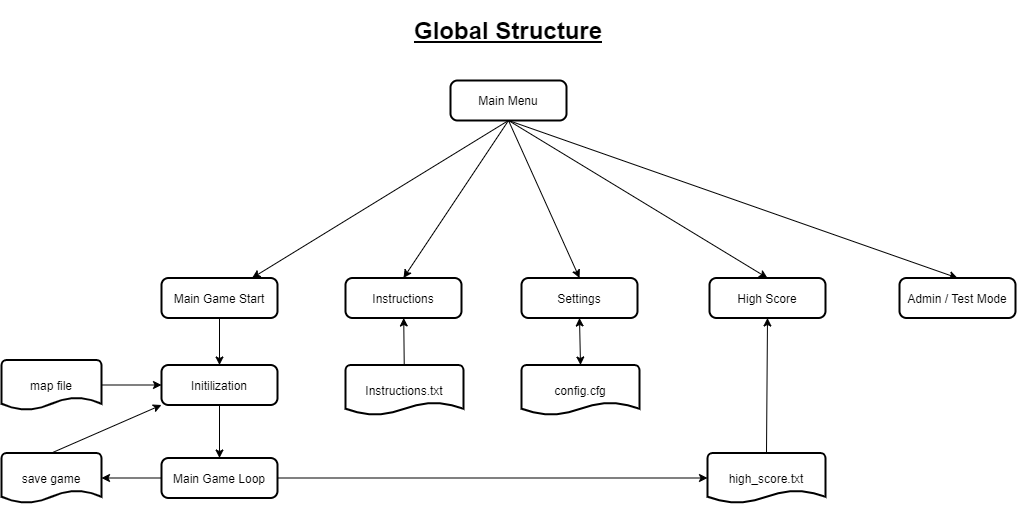
actuarialcat/COMP2113_project keeps this draw.io diagram as charts/Global_Structure.png. Above is the earlier version. Source tidied: cells renumbered, new cells last; positions are measured from the earlier drawing's top-left corner, leaving out a move shared by most shapes.
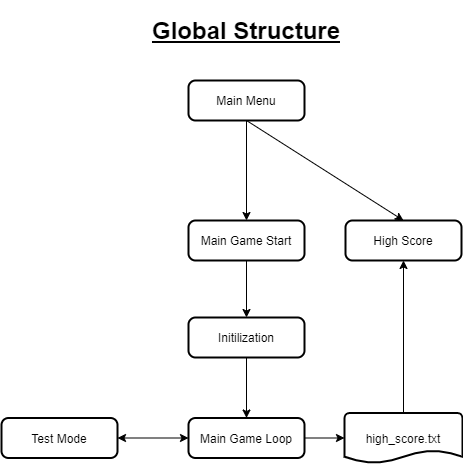
The same diagram one commit later.

What changed in the source:
```diff
@@ -5,86 +5,47 @@
     <mxCell id="2" value="&lt;h1&gt;Global Structure&lt;/h1&gt;" style="text;html=1;strokeColor=none;fillColor=none;align=center;verticalAlign=middle;whiteSpace=wrap;rounded=0;shadow=0;fontStyle=4;" parent="1" vertex="1">
       <mxGeometry x="342" width="330" height="60" as="geometry" />
     </mxCell>
-    <mxCell id="3" style="rounded=0;jettySize=auto;elbow=vertical;html=1;exitX=0.5;exitY=1;exitDx=0;exitDy=0;entryX=0.5;entryY=0;entryDx=0;entryDy=0;" parent="1" edge="1" source="8" target="9">
+    <mxCell id="3" style="edgeStyle=none;rounded=0;jettySize=auto;html=1;exitX=0.5;exitY=1;exitDx=0;exitDy=0;" parent="1" edge="1" source="5" target="7">
       <mxGeometry relative="1" as="geometry" />
     </mxCell>
-    <mxCell id="4" style="edgeStyle=none;rounded=0;jettySize=auto;html=1;exitX=0.5;exitY=1;exitDx=0;exitDy=0;entryX=0.5;entryY=0;entryDx=0;entryDy=0;" parent="1" edge="1" source="8" target="12">
+    <mxCell id="4" style="rounded=0;jettySize=auto;html=1;exitX=0.5;exitY=1;exitDx=0;exitDy=0;entryX=0.5;entryY=0;entryDx=0;entryDy=0;" parent="1" edge="1" source="5" target="14">
       <mxGeometry relative="1" as="geometry" />
     </mxCell>
-    <mxCell id="5" style="edgeStyle=none;rounded=0;jettySize=auto;html=1;exitX=0.5;exitY=1;exitDx=0;exitDy=0;" parent="1" edge="1" source="8" target="16">
-      <mxGeometry relative="1" as="geometry" />
+    <mxCell id="5" value="Main Menu" style="rounded=1;whiteSpace=wrap;html=1;absoluteArcSize=1;arcSize=14;strokeWidth=2;" parent="1" vertex="1">
+      <mxGeometry x="449" y="80" width="116" height="40" as="geometry" />
     </mxCell>
-    <mxCell id="6" style="edgeStyle=none;rounded=0;jettySize=auto;html=1;exitX=0.5;exitY=1;exitDx=0;exitDy=0;entryX=0.5;entryY=0;entryDx=0;entryDy=0;" parent="1" edge="1" source="8" target="24">
+    <mxCell id="6" style="edgeStyle=none;rounded=0;jettySize=auto;html=1;" parent="1" edge="1" source="7" target="9">
       <mxGeometry relative="1" as="geometry" />
     </mxCell>
-    <mxCell id="7" style="rounded=0;jettySize=auto;html=1;exitX=0.5;exitY=1;exitDx=0;exitDy=0;entryX=0.5;entryY=0;entryDx=0;entryDy=0;" parent="1" edge="1" source="8" target="27">
-      <mxGeometry relative="1" as="geometry" />
+    <mxCell id="7" value="Main Game Start" style="rounded=1;whiteSpace=wrap;html=1;absoluteArcSize=1;arcSize=14;strokeWidth=2;" parent="1" vertex="1">
+      <mxGeometry x="449" y="220" width="116" height="40" as="geometry" />
     </mxCell>
-    <mxCell id="8" value="Main Menu" style="rounded=1;whiteSpace=wrap;html=1;absoluteArcSize=1;arcSize=14;strokeWidth=2;" parent="1" vertex="1">
-      <mxGeometry x="449" y="80" width="116" height="40" as="geometry" />
+    <mxCell id="8" style="edgeStyle=none;rounded=0;jettySize=auto;html=1;" parent="1" edge="1" source="9" target="12">
+      <mxGeometry relative="1" as="geometry" />
     </mxCell>
-    <mxCell id="9" value="Instructions" style="rounded=1;whiteSpace=wrap;html=1;absoluteArcSize=1;arcSize=14;strokeWidth=2;" parent="1" vertex="1">
-      <mxGeometry x="344" y="277.5" width="116" height="40" as="geometry" />
+    <mxCell id="9" value="Initilization" style="rounded=1;whiteSpace=wrap;html=1;absoluteArcSize=1;arcSize=14;strokeWidth=2;" parent="1" vertex="1">
+      <mxGeometry x="449" y="317" width="116" height="40" as="geometry" />
     </mxCell>
-    <mxCell id="10" style="edgeStyle=none;rounded=0;jettySize=auto;html=1;" parent="1" edge="1" source="11" target="9">
+    <mxCell id="10" style="edgeStyle=none;rounded=0;jettySize=auto;html=1;entryX=0;entryY=0.5;entryDx=0;entryDy=0;entryPerimeter=0;" parent="1" edge="1" source="12" target="16">
       <mxGeometry relative="1" as="geometry" />
     </mxCell>
-    <mxCell id="11" value="&lt;span style=&quot;white-space: normal&quot;&gt;Instructions.txt&lt;/span&gt;" style="strokeWidth=2;html=1;shape=mxgraph.flowchart.document2;whiteSpace=wrap;size=0.25;" parent="1" vertex="1">
-      <mxGeometry x="344" y="364.5" width="118" height="50" as="geometry" />
+    <mxCell id="11" style="edgeStyle=orthogonalEdgeStyle;rounded=0;jettySize=auto;html=1;startArrow=classic;startFill=1;" parent="1" edge="1" source="12" target="13">
+      <mxGeometry relative="1" as="geometry" />
     </mxCell>
-    <mxCell id="12" value="Settings" style="rounded=1;whiteSpace=wrap;html=1;absoluteArcSize=1;arcSize=14;strokeWidth=2;" parent="1" vertex="1">
-      <mxGeometry x="520" y="277.5" width="116" height="40" as="geometry" />
+    <mxCell id="12" value="Main Game Loop" style="rounded=1;whiteSpace=wrap;html=1;absoluteArcSize=1;arcSize=14;strokeWidth=2;" parent="1" vertex="1">
+      <mxGeometry x="449" y="417.5" width="116" height="40" as="geometry" />
     </mxCell>
-    <mxCell id="13" value="&lt;span style=&quot;white-space: normal&quot;&gt;config.cfg&lt;/span&gt;" style="strokeWidth=2;html=1;shape=mxgraph.flowchart.document2;whiteSpace=wrap;size=0.25;" parent="1" vertex="1">
-      <mxGeometry x="520" y="364.5" width="118" height="50" as="geometry" />
+    <mxCell id="13" value="Test Mode" style="rounded=1;whiteSpace=wrap;html=1;absoluteArcSize=1;arcSize=14;strokeWidth=2;" parent="1" vertex="1">
+      <mxGeometry x="262" y="417.5" width="116" height="40" as="geometry" />
     </mxCell>
-    <mxCell id="14" style="endArrow=classic;startArrow=classic;html=1;exitX=0.5;exitY=0;exitDx=0;exitDy=0;exitPerimeter=0;entryX=0.5;entryY=1;entryDx=0;entryDy=0;" parent="1" edge="1" source="13" target="12">
-      <mxGeometry relative="1" as="geometry" />
+    <mxCell id="14" value="High Score" style="rounded=1;whiteSpace=wrap;html=1;absoluteArcSize=1;arcSize=14;strokeWidth=2;" parent="1" vertex="1">
+      <mxGeometry x="606" y="220" width="116" height="40" as="geometry" />
     </mxCell>
-    <mxCell id="15" style="edgeStyle=none;rounded=0;jettySize=auto;html=1;" parent="1" edge="1" source="16" target="18">
+    <mxCell id="15" style="edgeStyle=none;rounded=0;jettySize=auto;html=1;exitX=0.5;exitY=0;exitDx=0;exitDy=0;exitPerimeter=0;entryX=0.5;entryY=1;entryDx=0;entryDy=0;" parent="1" edge="1" source="16" target="14">
       <mxGeometry relative="1" as="geometry" />
     </mxCell>
-    <mxCell id="16" value="Main Game Start" style="rounded=1;whiteSpace=wrap;html=1;absoluteArcSize=1;arcSize=14;strokeWidth=2;" parent="1" vertex="1">
-      <mxGeometry x="160" y="277.5" width="116" height="40" as="geometry" />
+    <mxCell id="16" value="&lt;span style=&quot;white-space: normal&quot;&gt;high_score.txt&lt;/span&gt;" style="strokeWidth=2;html=1;shape=mxgraph.flowchart.document2;whiteSpace=wrap;size=0.25;" parent="1" vertex="1">
+      <mxGeometry x="605" y="412.5" width="118" height="50" as="geometry" />
     </mxCell>
-    <mxCell id="17" style="edgeStyle=none;rounded=0;jettySize=auto;html=1;" parent="1" edge="1" source="18" target="21">
-      <mxGeometry relative="1" as="geometry" />
-    </mxCell>
-    <mxCell id="18" value="Initilization" style="rounded=1;whiteSpace=wrap;html=1;absoluteArcSize=1;arcSize=14;strokeWidth=2;" parent="1" vertex="1">
-      <mxGeometry x="160" y="364.5" width="116" height="40" as="geometry" />
-    </mxCell>
-    <mxCell id="19" style="edgeStyle=none;rounded=0;jettySize=auto;html=1;" parent="1" edge="1" source="21" target="26">
-      <mxGeometry relative="1" as="geometry" />
-    </mxCell>
-    <mxCell id="20" style="edgeStyle=none;rounded=0;jettySize=auto;html=1;entryX=0;entryY=0.5;entryDx=0;entryDy=0;entryPerimeter=0;" parent="1" edge="1" source="21" target="29">
-      <mxGeometry relative="1" as="geometry" />
-    </mxCell>
-    <mxCell id="21" value="Main Game Loop" style="rounded=1;whiteSpace=wrap;html=1;absoluteArcSize=1;arcSize=14;strokeWidth=2;" parent="1" vertex="1">
-      <mxGeometry x="160" y="457.5" width="116" height="40" as="geometry" />
-    </mxCell>
-    <mxCell id="22" style="edgeStyle=none;rounded=0;jettySize=auto;html=1;" parent="1" edge="1" source="23" target="18">
-      <mxGeometry relative="1" as="geometry" />
-    </mxCell>
-    <mxCell id="23" value="&lt;span style=&quot;white-space: normal&quot;&gt;map file&lt;/span&gt;" style="strokeWidth=2;html=1;shape=mxgraph.flowchart.document2;whiteSpace=wrap;size=0.25;" parent="1" vertex="1">
-      <mxGeometry y="359.5" width="100" height="50" as="geometry" />
-    </mxCell>
-    <mxCell id="24" value="Admin / Test Mode" style="rounded=1;whiteSpace=wrap;html=1;absoluteArcSize=1;arcSize=14;strokeWidth=2;" parent="1" vertex="1">
-      <mxGeometry x="898" y="277.5" width="116" height="40" as="geometry" />
-    </mxCell>
-    <mxCell id="25" style="edgeStyle=none;rounded=0;jettySize=auto;html=1;entryX=0;entryY=1;entryDx=0;entryDy=0;exitX=0.5;exitY=0;exitDx=0;exitDy=0;exitPerimeter=0;" parent="1" edge="1" source="26" target="18">
-      <mxGeometry relative="1" as="geometry" />
-    </mxCell>
-    <mxCell id="26" value="&lt;span style=&quot;white-space: normal&quot;&gt;save game&lt;/span&gt;" style="strokeWidth=2;html=1;shape=mxgraph.flowchart.document2;whiteSpace=wrap;size=0.25;" parent="1" vertex="1">
-      <mxGeometry y="452.5" width="100" height="50" as="geometry" />
-    </mxCell>
-    <mxCell id="27" value="High Score" style="rounded=1;whiteSpace=wrap;html=1;absoluteArcSize=1;arcSize=14;strokeWidth=2;" parent="1" vertex="1">
-      <mxGeometry x="708" y="277.5" width="116" height="40" as="geometry" />
-    </mxCell>
-    <mxCell id="28" style="edgeStyle=none;rounded=0;jettySize=auto;html=1;exitX=0.5;exitY=0;exitDx=0;exitDy=0;exitPerimeter=0;entryX=0.5;entryY=1;entryDx=0;entryDy=0;" parent="1" edge="1" source="29" target="27">
-      <mxGeometry relative="1" as="geometry" />
-    </mxCell>
-    <mxCell id="29" value="&lt;span style=&quot;white-space: normal&quot;&gt;high_score.txt&lt;/span&gt;" style="strokeWidth=2;html=1;shape=mxgraph.flowchart.document2;whiteSpace=wrap;size=0.25;" parent="1" vertex="1">
-      <mxGeometry x="706" y="452.5" width="118" height="50" as="geometry" />
-    </mxCell>
   </root>
 </mxGraphModel>
```
